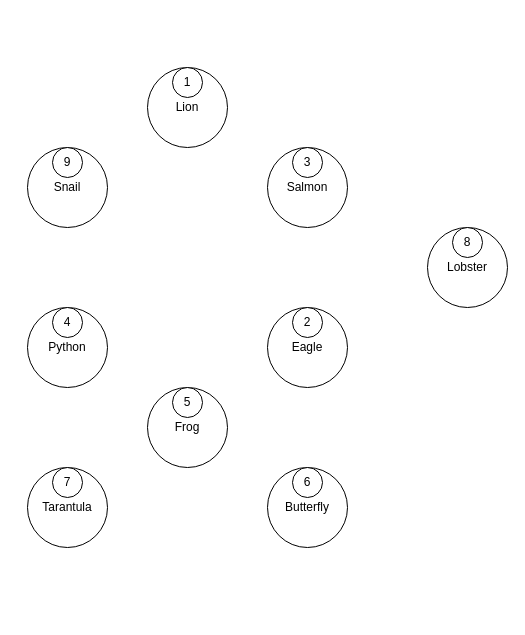
Above: animalHabitat.drawio in Matvei18/sql-graph (draw.io), before the change. Source tidied: cells renumbered, new cells numbered last; positions are measured from the earlier drawing's top-left corner, leaving out a move shared by most shapes. Both pictures are drawn from the tidied source at 100%, with x=0, y=0 at pixel (27, 67).
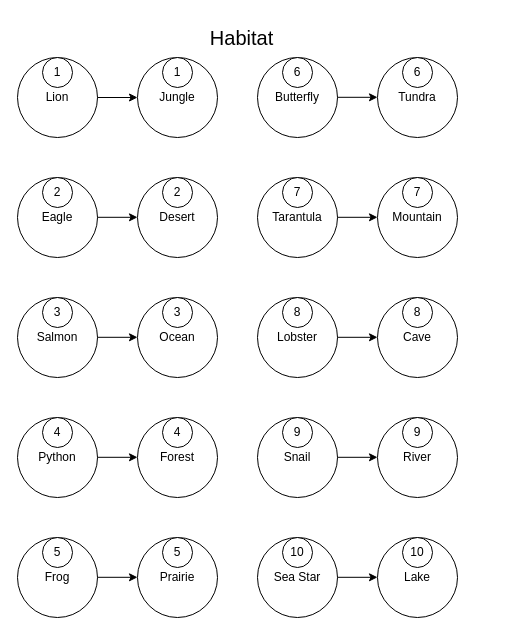
Above is the later version.

What changed in the source:
```diff
@@
     <mxCell id="2" value="Lion" style="ellipse;whiteSpace=wrap;html=1;" parent="1" vertex="1">
-      <mxGeometry x="120" width="80" height="80" as="geometry" />
+      <mxGeometry x="-10" y="-10" width="80" height="80" as="geometry" />
     </mxCell>
     <mxCell id="3" value="1" style="ellipse;whiteSpace=wrap;html=1;" parent="1" vertex="1">
-      <mxGeometry x="145" width="30" height="30" as="geometry" />
+      <mxGeometry x="15" y="-10" width="30" height="30" as="geometry" />
     </mxCell>
     <mxCell id="4" value="Eagle" style="ellipse;whiteSpace=wrap;html=1;" parent="1" vertex="1">
-      <mxGeometry x="240" y="240" width="80" height="80" as="geometry" />
+      <mxGeometry x="-10" y="110" width="80" height="80" as="geometry" />
     </mxCell>
     <mxCell id="5" value="2" style="ellipse;whiteSpace=wrap;html=1;" parent="1" vertex="1">
-      <mxGeometry x="265" y="240" width="30" height="30" as="geometry" />
+      <mxGeometry x="15" y="110" width="30" height="30" as="geometry" />
     </mxCell>
     <mxCell id="6" value="Salmon" style="ellipse;whiteSpace=wrap;html=1;" parent="1" vertex="1">
-      <mxGeometry x="240" y="80" width="80" height="80" as="geometry" />
+      <mxGeometry x="-10" y="230" width="80" height="80" as="geometry" />
     </mxCell>
     <mxCell id="7" value="3" style="ellipse;whiteSpace=wrap;html=1;" parent="1" vertex="1">
-      <mxGeometry x="265" y="80" width="30" height="30" as="geometry" />
+      <mxGeometry x="15" y="230" width="30" height="30" as="geometry" />
     </mxCell>
     <mxCell id="8" value="Python" style="ellipse;whiteSpace=wrap;html=1;" parent="1" vertex="1">
-      <mxGeometry y="240" width="80" height="80" as="geometry" />
+      <mxGeometry x="-10" y="350" width="80" height="80" as="geometry" />
     </mxCell>
     <mxCell id="9" value="4" style="ellipse;whiteSpace=wrap;html=1;" parent="1" vertex="1">
-      <mxGeometry x="25" y="240" width="30" height="30" as="geometry" />
+      <mxGeometry x="15" y="350" width="30" height="30" as="geometry" />
     </mxCell>
     <mxCell id="10" value="Frog" style="ellipse;whiteSpace=wrap;html=1;" parent="1" vertex="1">
-      <mxGeometry x="120" y="320" width="80" height="80" as="geometry" />
+      <mxGeometry x="-10" y="470" width="80" height="80" as="geometry" />
     </mxCell>
@@
     <mxCell id="12" value="5" style="ellipse;whiteSpace=wrap;html=1;" parent="1" vertex="1">
-      <mxGeometry x="145" y="320" width="30" height="30" as="geometry" />
+      <mxGeometry x="15" y="470" width="30" height="30" as="geometry" />
     </mxCell>
     <mxCell id="13" value="Butterfly" style="ellipse;whiteSpace=wrap;html=1;" parent="1" vertex="1">
-      <mxGeometry x="240" y="400" width="80" height="80" as="geometry" />
+      <mxGeometry x="230" y="-10" width="80" height="80" as="geometry" />
     </mxCell>
     <mxCell id="14" value="6" style="ellipse;whiteSpace=wrap;html=1;" parent="1" vertex="1">
-      <mxGeometry x="265" y="400" width="30" height="30" as="geometry" />
+      <mxGeometry x="255" y="-10" width="30" height="30" as="geometry" />
     </mxCell>
     <mxCell id="15" value="Tarantula" style="ellipse;whiteSpace=wrap;html=1;" parent="1" vertex="1">
-      <mxGeometry y="400" width="80" height="80" as="geometry" />
+      <mxGeometry x="230" y="110" width="80" height="80" as="geometry" />
     </mxCell>
     <mxCell id="16" value="7" style="ellipse;whiteSpace=wrap;html=1;" parent="1" vertex="1">
-      <mxGeometry x="25" y="400" width="30" height="30" as="geometry" />
+      <mxGeometry x="255" y="110" width="30" height="30" as="geometry" />
     </mxCell>
     <mxCell id="17" value="Lobster" style="ellipse;whiteSpace=wrap;html=1;" parent="1" vertex="1">
-      <mxGeometry x="400" y="160" width="80" height="80" as="geometry" />
+      <mxGeometry x="230" y="230" width="80" height="80" as="geometry" />
     </mxCell>
     <mxCell id="18" value="8" style="ellipse;whiteSpace=wrap;html=1;" parent="1" vertex="1">
-      <mxGeometry x="425" y="160" width="30" height="30" as="geometry" />
+      <mxGeometry x="255" y="230" width="30" height="30" as="geometry" />
     </mxCell>
     <mxCell id="19" value="Snail" style="ellipse;whiteSpace=wrap;html=1;" parent="1" vertex="1">
-      <mxGeometry y="80" width="80" height="80" as="geometry" />
+      <mxGeometry x="230" y="350" width="80" height="80" as="geometry" />
     </mxCell>
     <mxCell id="20" value="9" style="ellipse;whiteSpace=wrap;html=1;" parent="1" vertex="1">
-      <mxGeometry x="25" y="80" width="30" height="30" as="geometry" />
+      <mxGeometry x="255" y="350" width="30" height="30" as="geometry" />
     </mxCell>
+    <mxCell id="21" value="Sea Star" style="ellipse;whiteSpace=wrap;html=1;" parent="1" vertex="1">
+      <mxGeometry x="230" y="470" width="80" height="80" as="geometry" />
+    </mxCell>
+    <mxCell id="22" value="10" style="ellipse;whiteSpace=wrap;html=1;" parent="1" vertex="1">
+      <mxGeometry x="255" y="470" width="30" height="30" as="geometry" />
+    </mxCell>
+    <mxCell id="23" value="Jungle" style="ellipse;whiteSpace=wrap;html=1;" parent="1" vertex="1">
+      <mxGeometry x="110" y="-10" width="80" height="80" as="geometry" />
+    </mxCell>
+    <mxCell id="24" value="1" style="ellipse;whiteSpace=wrap;html=1;" parent="1" vertex="1">
+      <mxGeometry x="135" y="-10" width="30" height="30" as="geometry" />
+    </mxCell>
+    <mxCell id="25" value="Desert" style="ellipse;whiteSpace=wrap;html=1;" parent="1" vertex="1">
+      <mxGeometry x="110" y="110" width="80" height="80" as="geometry" />
+    </mxCell>
+    <mxCell id="26" value="2" style="ellipse;whiteSpace=wrap;html=1;" parent="1" vertex="1">
+      <mxGeometry x="135" y="110" width="30" height="30" as="geometry" />
+    </mxCell>
+    <mxCell id="27" value="Cave" style="ellipse;whiteSpace=wrap;html=1;" parent="1" vertex="1">
+      <mxGeometry x="350" y="230" width="80" height="80" as="geometry" />
+    </mxCell>
+    <mxCell id="28" value="8" style="ellipse;whiteSpace=wrap;html=1;" parent="1" vertex="1">
+      <mxGeometry x="375" y="230" width="30" height="30" as="geometry" />
+    </mxCell>
+    <mxCell id="29" value="Lake" style="ellipse;whiteSpace=wrap;html=1;" parent="1" vertex="1">
+      <mxGeometry x="350" y="470" width="80" height="80" as="geometry" />
+    </mxCell>
+    <mxCell id="30" value="10" style="ellipse;whiteSpace=wrap;html=1;" parent="1" vertex="1">
+      <mxGeometry x="375" y="470" width="30" height="30" as="geometry" />
+    </mxCell>
+    <mxCell id="31" value="Forest" style="ellipse;whiteSpace=wrap;html=1;" parent="1" vertex="1">
+      <mxGeometry x="110" y="350" width="80" height="80" as="geometry" />
+    </mxCell>
+    <mxCell id="32" value="4" style="ellipse;whiteSpace=wrap;html=1;" parent="1" vertex="1">
+      <mxGeometry x="135" y="350" width="30" height="30" as="geometry" />
+    </mxCell>
+    <mxCell id="33" value="Ocean" style="ellipse;whiteSpace=wrap;html=1;" parent="1" vertex="1">
+      <mxGeometry x="110" y="230" width="80" height="80" as="geometry" />
+    </mxCell>
+    <mxCell id="34" value="3" style="ellipse;whiteSpace=wrap;html=1;" parent="1" vertex="1">
+      <mxGeometry x="135" y="230" width="30" height="30" as="geometry" />
+    </mxCell>
+    <mxCell id="35" value="Tundra" style="ellipse;whiteSpace=wrap;html=1;" parent="1" vertex="1">
+      <mxGeometry x="350" y="-10" width="80" height="80" as="geometry" />
+    </mxCell>
+    <mxCell id="36" value="6" style="ellipse;whiteSpace=wrap;html=1;" parent="1" vertex="1">
+      <mxGeometry x="375" y="-10" width="30" height="30" as="geometry" />
+    </mxCell>
+    <mxCell id="37" value="Prairie" style="ellipse;whiteSpace=wrap;html=1;" parent="1" vertex="1">
+      <mxGeometry x="110" y="470" width="80" height="80" as="geometry" />
+    </mxCell>
+    <mxCell id="38" style="edgeStyle=orthogonalEdgeStyle;rounded=0;jettySize=auto;html=1;exitX=0.5;exitY=0;exitDx=0;exitDy=0;entryX=0.5;entryY=0;entryDx=0;entryDy=0;" parent="1" edge="1" source="39" target="37">
+      <mxGeometry relative="1" as="geometry" />
+    </mxCell>
+    <mxCell id="39" value="5" style="ellipse;whiteSpace=wrap;html=1;" parent="1" vertex="1">
+      <mxGeometry x="135" y="470" width="30" height="30" as="geometry" />
+    </mxCell>
+    <mxCell id="40" value="River" style="ellipse;whiteSpace=wrap;html=1;" parent="1" vertex="1">
+      <mxGeometry x="350" y="350" width="80" height="80" as="geometry" />
+    </mxCell>
+    <mxCell id="41" value="9" style="ellipse;whiteSpace=wrap;html=1;" parent="1" vertex="1">
+      <mxGeometry x="375" y="350" width="30" height="30" as="geometry" />
+    </mxCell>
+    <mxCell id="42" value="Mountain" style="ellipse;whiteSpace=wrap;html=1;" parent="1" vertex="1">
+      <mxGeometry x="350" y="110" width="80" height="80" as="geometry" />
+    </mxCell>
+    <mxCell id="43" value="7" style="ellipse;whiteSpace=wrap;html=1;" parent="1" vertex="1">
+      <mxGeometry x="375" y="110" width="30" height="30" as="geometry" />
+    </mxCell>
+    <mxCell id="44" style="endArrow=classic;html=1;rounded=0;exitX=1;exitY=0.5;exitDx=0;exitDy=0;entryX=0;entryY=0.5;entryDx=0;entryDy=0;" parent="1" edge="1" source="2" target="23">
+      <mxGeometry relative="1" as="geometry" />
+    </mxCell>
+    <mxCell id="45" style="endArrow=classic;html=1;rounded=0;exitX=1;exitY=0.5;exitDx=0;exitDy=0;entryX=0;entryY=0.5;entryDx=0;entryDy=0;" parent="1" edge="1">
+      <mxGeometry relative="1" as="geometry">
+        <mxPoint x="70" y="149.8" as="sourcePoint" />
+        <mxPoint x="110" y="149.8" as="targetPoint" />
+      </mxGeometry>
+    </mxCell>
+    <mxCell id="46" style="endArrow=classic;html=1;rounded=0;exitX=1;exitY=0.5;exitDx=0;exitDy=0;entryX=0;entryY=0.5;entryDx=0;entryDy=0;" parent="1" edge="1">
+      <mxGeometry relative="1" as="geometry">
+        <mxPoint x="70" y="269.8" as="sourcePoint" />
+        <mxPoint x="110" y="269.8" as="targetPoint" />
+      </mxGeometry>
+    </mxCell>
+    <mxCell id="47" style="endArrow=classic;html=1;rounded=0;exitX=1;exitY=0.5;exitDx=0;exitDy=0;entryX=0;entryY=0.5;entryDx=0;entryDy=0;" parent="1" edge="1">
+      <mxGeometry relative="1" as="geometry">
+        <mxPoint x="70" y="389.8" as="sourcePoint" />
+        <mxPoint x="110" y="389.8" as="targetPoint" />
+      </mxGeometry>
+    </mxCell>
+    <mxCell id="48" style="endArrow=classic;html=1;rounded=0;exitX=1;exitY=0.5;exitDx=0;exitDy=0;entryX=0;entryY=0.5;entryDx=0;entryDy=0;" parent="1" edge="1">
+      <mxGeometry relative="1" as="geometry">
+        <mxPoint x="70" y="509.8" as="sourcePoint" />
+        <mxPoint x="110" y="509.8" as="targetPoint" />
+      </mxGeometry>
+    </mxCell>
+    <mxCell id="49" style="endArrow=classic;html=1;rounded=0;exitX=1;exitY=0.5;exitDx=0;exitDy=0;entryX=0;entryY=0.5;entryDx=0;entryDy=0;" parent="1" edge="1">
+      <mxGeometry relative="1" as="geometry">
+        <mxPoint x="310" y="509.8" as="sourcePoint" />
+        <mxPoint x="350" y="509.8" as="targetPoint" />
+      </mxGeometry>
+    </mxCell>
+    <mxCell id="50" style="endArrow=classic;html=1;rounded=0;exitX=1;exitY=0.5;exitDx=0;exitDy=0;entryX=0;entryY=0.5;entryDx=0;entryDy=0;" parent="1" edge="1">
+      <mxGeometry relative="1" as="geometry">
+        <mxPoint x="310" y="389.8" as="sourcePoint" />
+        <mxPoint x="350" y="389.8" as="targetPoint" />
+      </mxGeometry>
+    </mxCell>
+    <mxCell id="51" style="endArrow=classic;html=1;rounded=0;exitX=1;exitY=0.5;exitDx=0;exitDy=0;entryX=0;entryY=0.5;entryDx=0;entryDy=0;" parent="1" edge="1">
+      <mxGeometry relative="1" as="geometry">
+        <mxPoint x="310" y="269.8" as="sourcePoint" />
+        <mxPoint x="350" y="269.8" as="targetPoint" />
+      </mxGeometry>
+    </mxCell>
+    <mxCell id="52" style="endArrow=classic;html=1;rounded=0;exitX=1;exitY=0.5;exitDx=0;exitDy=0;entryX=0;entryY=0.5;entryDx=0;entryDy=0;" parent="1" edge="1">
+      <mxGeometry relative="1" as="geometry">
+        <mxPoint x="310" y="149.8" as="sourcePoint" />
+        <mxPoint x="350" y="149.8" as="targetPoint" />
+      </mxGeometry>
+    </mxCell>
+    <mxCell id="53" style="endArrow=classic;html=1;rounded=0;exitX=1;exitY=0.5;exitDx=0;exitDy=0;entryX=0;entryY=0.5;entryDx=0;entryDy=0;" parent="1" edge="1">
+      <mxGeometry relative="1" as="geometry">
+        <mxPoint x="310" y="29.8" as="sourcePoint" />
+        <mxPoint x="350" y="29.8" as="targetPoint" />
+      </mxGeometry>
+    </mxCell>
+    <mxCell id="54" value="Habitat" style="text;html=1;align=center;verticalAlign=middle;strokeColor=none;fillColor=none;fontSize=20;" parent="1" vertex="1">
+      <mxGeometry x="169" y="-50" width="90" height="40" as="geometry" />
+    </mxCell>
```
